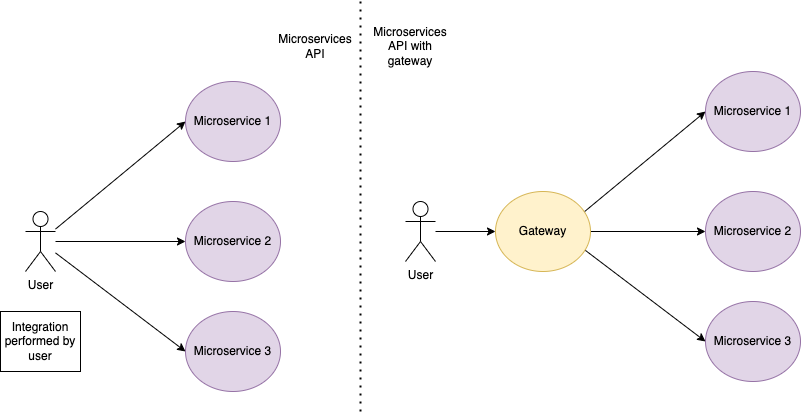
CristianAbrante/masters-thesis-data-science keeps this draw.io diagram as src/thesis/img/literature-review/gateway.png. Above is the earlier version. Source tidied: cells renumbered, new cells last; positions are measured from the earlier drawing's top-left corner, leaving out a move shared by most shapes.
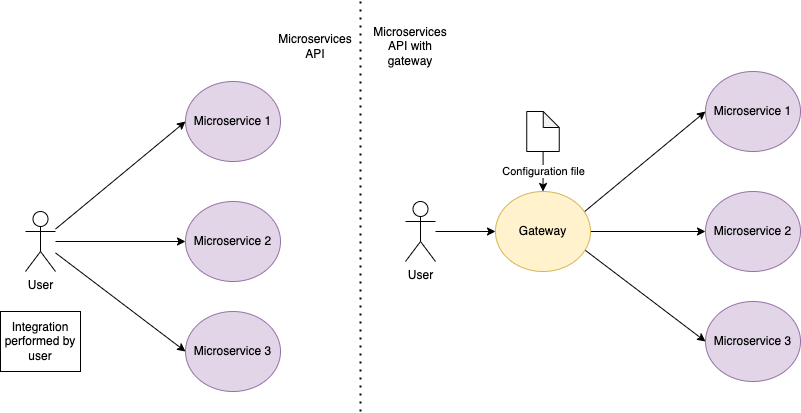
After the change.

The edit, as a diff of the source:
```diff
@@ -71,5 +71,11 @@
         <mxPoint x="360" as="targetPoint" />
       </mxGeometry>
     </mxCell>
+    <mxCell id="22" value="Configuration file" style="edgeStyle=orthogonalEdgeStyle;rounded=0;jettySize=auto;html=1;entryX=0.5;entryY=0;entryDx=0;entryDy=0;" parent="1" edge="1" source="23" target="17">
+      <mxGeometry relative="1" as="geometry" />
+    </mxCell>
+    <mxCell id="23" style="shape=note;whiteSpace=wrap;html=1;backgroundOutline=1;darkOpacity=0.05;size=16;" parent="1" vertex="1">
+      <mxGeometry x="526.2" y="110" width="32.5" height="40" as="geometry" />
+    </mxCell>
   </root>
 </mxGraphModel>
```
